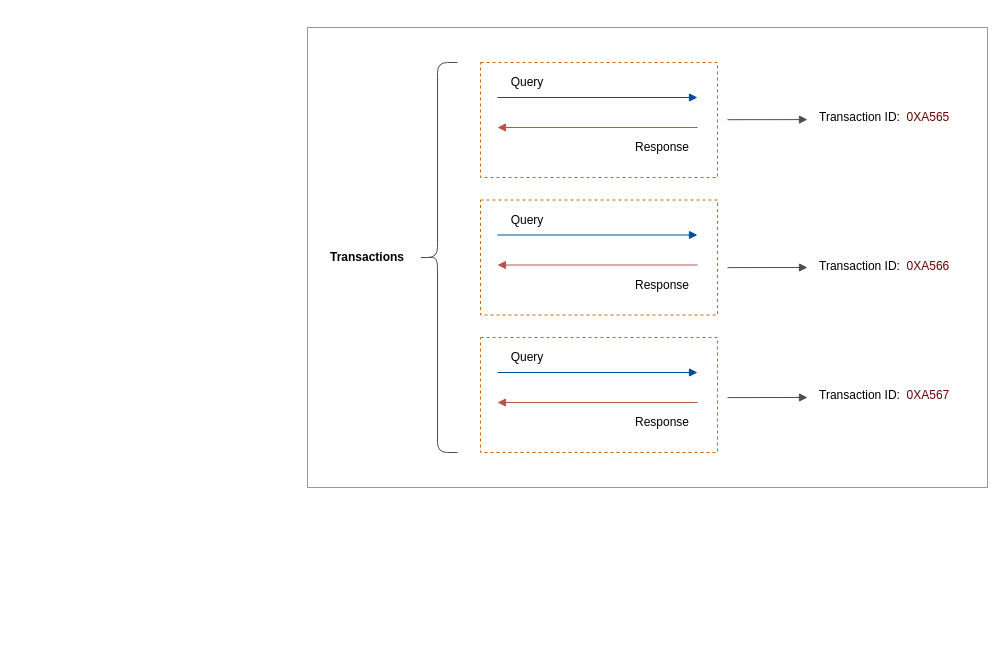
This is page "basics-dns-analysis" (19 of 19) of assets/drawio/all-things-network.drawio from joseeden/joeden, a draw.io file, before an edit. Source tidied: cells renumbered, new cells numbered last; positions are measured from the earlier drawing's top-left corner, leaving out a move shared by most shapes. Both pictures are drawn from the tidied source at 100%, with x=0, y=0 at pixel (307, 27).
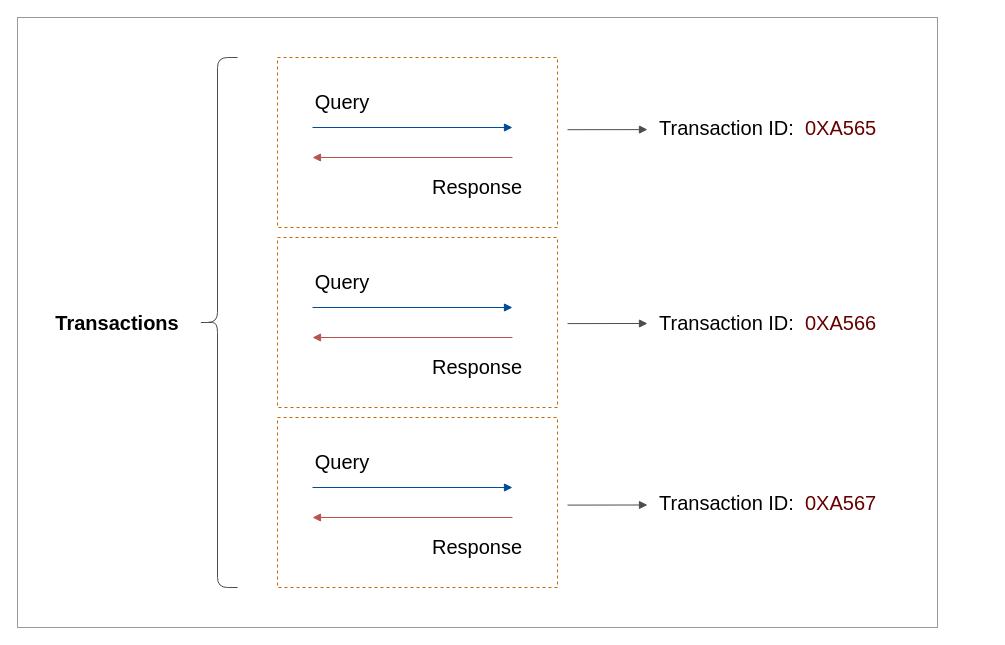
Above is the later version.

The edit, as a diff of the source:
```diff
@@
-    <mxCell id="2" style="rounded=0;whiteSpace=wrap;html=1;strokeColor=#999999;" parent="1" vertex="1">
-      <mxGeometry width="680" height="460" as="geometry" />
+    <mxCell id="2" style="rounded=0;whiteSpace=wrap;html=1;strokeColor=#999999;fontSize=20;" parent="1" vertex="1">
+      <mxGeometry x="-290" y="-10" width="920" height="610" as="geometry" />
     </mxCell>
-    <mxCell id="3" style="rounded=0;whiteSpace=wrap;html=1;fillColor=none;strokeColor=#CC6600;dashed=1;" parent="1" vertex="1">
-      <mxGeometry x="173" y="35" width="237" height="115" as="geometry" />
+    <mxCell id="3" style="rounded=0;whiteSpace=wrap;html=1;fillColor=none;strokeColor=#CC6600;dashed=1;fontSize=20;" parent="1" vertex="1">
+      <mxGeometry x="-30" y="30" width="280" height="170" as="geometry" />
     </mxCell>
-    <mxCell id="4" style="endArrow=block;html=1;rounded=0;endFill=1;fillColor=#dae8fc;strokeColor=#004C99;" parent="1" edge="1">
+    <mxCell id="4" style="endArrow=block;html=1;rounded=0;endFill=1;fillColor=#dae8fc;strokeColor=#004C99;fontSize=20;" parent="1" edge="1">
       <mxGeometry relative="1" as="geometry">
-        <mxPoint x="190" y="70" as="sourcePoint" />
-        <mxPoint x="390" y="70" as="targetPoint" />
+        <mxPoint x="5" y="100" as="sourcePoint" />
+        <mxPoint x="205" y="100" as="targetPoint" />
       </mxGeometry>
     </mxCell>
-    <mxCell id="5" style="endArrow=block;html=1;rounded=0;endFill=1;fillColor=#f8cecc;strokeColor=#b85450;" parent="1" edge="1">
+    <mxCell id="5" style="endArrow=block;html=1;rounded=0;endFill=1;fillColor=#f8cecc;strokeColor=#b85450;fontSize=20;" parent="1" edge="1">
       <mxGeometry relative="1" as="geometry">
-        <mxPoint x="390" y="100" as="sourcePoint" />
-        <mxPoint x="190" y="100" as="targetPoint" />
+        <mxPoint x="205" y="130" as="sourcePoint" />
+        <mxPoint x="5" y="130" as="targetPoint" />
       </mxGeometry>
     </mxCell>
-    <mxCell id="6" value="Query" style="rounded=0;whiteSpace=wrap;html=1;strokeColor=none;fillColor=none;" parent="1" vertex="1">
-      <mxGeometry x="190" y="40" width="60" height="30" as="geometry" />
+    <mxCell id="6" value="Query" style="rounded=0;whiteSpace=wrap;html=1;strokeColor=none;fillColor=none;fontSize=20;" parent="1" vertex="1">
+      <mxGeometry x="5" y="59" width="60" height="30" as="geometry" />
     </mxCell>
-    <mxCell id="7" value="Response" style="rounded=0;whiteSpace=wrap;html=1;strokeColor=none;fillColor=none;" parent="1" vertex="1">
-      <mxGeometry x="320" y="105" width="70" height="30" as="geometry" />
+    <mxCell id="7" value="Response" style="rounded=0;whiteSpace=wrap;html=1;strokeColor=none;fillColor=none;fontSize=20;" parent="1" vertex="1">
+      <mxGeometry x="135" y="144" width="70" height="30" as="geometry" />
     </mxCell>
-    <mxCell id="8" style="rounded=0;whiteSpace=wrap;html=1;fillColor=none;strokeColor=#CC6600;dashed=1;" parent="1" vertex="1">
-      <mxGeometry x="173" y="172.5" width="237" height="115" as="geometry" />
-    </mxCell>
-    <mxCell id="9" style="endArrow=block;html=1;rounded=0;endFill=1;fillColor=#dae8fc;strokeColor=#004C99;" parent="1" edge="1">
-      <mxGeometry relative="1" as="geometry">
-        <mxPoint x="190" y="207.5" as="sourcePoint" />
-        <mxPoint x="390" y="207.5" as="targetPoint" />
-      </mxGeometry>
-    </mxCell>
-    <mxCell id="10" style="endArrow=block;html=1;rounded=0;endFill=1;fillColor=#f8cecc;strokeColor=#b85450;" parent="1" edge="1">
-      <mxGeometry relative="1" as="geometry">
-        <mxPoint x="390" y="237.5" as="sourcePoint" />
-        <mxPoint x="190" y="237.5" as="targetPoint" />
-      </mxGeometry>
-    </mxCell>
-    <mxCell id="11" value="Query" style="rounded=0;whiteSpace=wrap;html=1;strokeColor=none;fillColor=none;" parent="1" vertex="1">
-      <mxGeometry x="190" y="177.5" width="60" height="30" as="geometry" />
-    </mxCell>
-    <mxCell id="12" value="Response" style="rounded=0;whiteSpace=wrap;html=1;strokeColor=none;fillColor=none;" parent="1" vertex="1">
-      <mxGeometry x="320" y="242.5" width="70" height="30" as="geometry" />
-    </mxCell>
-    <mxCell id="13" style="rounded=0;whiteSpace=wrap;html=1;fillColor=none;strokeColor=#CC6600;dashed=1;" parent="1" vertex="1">
-      <mxGeometry x="173" y="310" width="237" height="115" as="geometry" />
-    </mxCell>
-    <mxCell id="14" style="endArrow=block;html=1;rounded=0;endFill=1;fillColor=#dae8fc;strokeColor=#004C99;" parent="1" edge="1">
-      <mxGeometry relative="1" as="geometry">
-        <mxPoint x="190" y="345" as="sourcePoint" />
-        <mxPoint x="390" y="345" as="targetPoint" />
-      </mxGeometry>
-    </mxCell>
-    <mxCell id="15" style="endArrow=block;html=1;rounded=0;endFill=1;fillColor=#f8cecc;strokeColor=#b85450;" parent="1" edge="1">
-      <mxGeometry relative="1" as="geometry">
-        <mxPoint x="390" y="375" as="sourcePoint" />
-        <mxPoint x="190" y="375" as="targetPoint" />
-      </mxGeometry>
-    </mxCell>
-    <mxCell id="16" value="Query" style="rounded=0;whiteSpace=wrap;html=1;strokeColor=none;fillColor=none;" parent="1" vertex="1">
-      <mxGeometry x="190" y="315" width="60" height="30" as="geometry" />
-    </mxCell>
-    <mxCell id="17" value="Response" style="rounded=0;whiteSpace=wrap;html=1;strokeColor=none;fillColor=none;" parent="1" vertex="1">
-      <mxGeometry x="320" y="380" width="70" height="30" as="geometry" />
-    </mxCell>
-    <mxCell id="18" style="shape=curlyBracket;whiteSpace=wrap;html=1;rounded=1;labelPosition=left;verticalLabelPosition=middle;align=right;verticalAlign=middle;strokeColor=#4D4D4D;" parent="1" vertex="1">
-      <mxGeometry x="110" y="35" width="40" height="390" as="geometry" />
+    <mxCell id="18" style="shape=curlyBracket;whiteSpace=wrap;html=1;rounded=1;labelPosition=left;verticalLabelPosition=middle;align=right;verticalAlign=middle;strokeColor=#4D4D4D;fontSize=20;" parent="1" vertex="1">
+      <mxGeometry x="-110" y="30" width="40" height="530" as="geometry" />
     </mxCell>
-    <mxCell id="19" value="&lt;b&gt;Transactions&lt;/b&gt;" style="rounded=0;whiteSpace=wrap;html=1;strokeColor=none;fillColor=none;" parent="1" vertex="1">
-      <mxGeometry x="20" y="215" width="80" height="30" as="geometry" />
+    <mxCell id="19" value="&lt;b&gt;Transactions&lt;/b&gt;" style="rounded=0;whiteSpace=wrap;html=1;strokeColor=none;fillColor=none;fontSize=20;" parent="1" vertex="1">
+      <mxGeometry x="-230" y="280" width="80" height="30" as="geometry" />
     </mxCell>
-    <mxCell id="20" style="endArrow=block;html=1;rounded=0;endFill=1;fillColor=#dae8fc;strokeColor=#4D4D4D;" parent="1" edge="1">
+    <mxCell id="20" style="endArrow=block;html=1;rounded=0;endFill=1;fillColor=#dae8fc;strokeColor=#4D4D4D;fontSize=20;" parent="1" edge="1">
       <mxGeometry relative="1" as="geometry">
-        <mxPoint x="420" y="92.2" as="sourcePoint" />
-        <mxPoint x="500" y="92.1" as="targetPoint" />
+        <mxPoint x="260" y="102.2" as="sourcePoint" />
+        <mxPoint x="340" y="102.1" as="targetPoint" />
       </mxGeometry>
     </mxCell>
-    <mxCell id="21" style="endArrow=block;html=1;rounded=0;endFill=1;fillColor=#dae8fc;strokeColor=#4D4D4D;" parent="1" edge="1">
+    <mxCell id="21" style="endArrow=block;html=1;rounded=0;endFill=1;fillColor=#dae8fc;strokeColor=#4D4D4D;fontSize=20;" parent="1" edge="1">
       <mxGeometry relative="1" as="geometry">
-        <mxPoint x="420" y="240.1" as="sourcePoint" />
-        <mxPoint x="500" y="240" as="targetPoint" />
+        <mxPoint x="260" y="296.1" as="sourcePoint" />
+        <mxPoint x="340" y="296" as="targetPoint" />
       </mxGeometry>
     </mxCell>
-    <mxCell id="22" style="endArrow=block;html=1;rounded=0;endFill=1;fillColor=#dae8fc;strokeColor=#4D4D4D;" parent="1" edge="1">
+    <mxCell id="22" style="endArrow=block;html=1;rounded=0;endFill=1;fillColor=#dae8fc;strokeColor=#4D4D4D;fontSize=20;" parent="1" edge="1">
       <mxGeometry relative="1" as="geometry">
-        <mxPoint x="420" y="370.1" as="sourcePoint" />
-        <mxPoint x="500" y="370" as="targetPoint" />
+        <mxPoint x="260" y="477.6" as="sourcePoint" />
+        <mxPoint x="340" y="477.5" as="targetPoint" />
       </mxGeometry>
     </mxCell>
-    <mxCell id="23" value="Transaction ID:&amp;nbsp; &lt;font style=&quot;color: rgb(204, 0, 0);&quot;&gt;&lt;font style=&quot;color: rgb(102, 0, 0);&quot;&gt;0XA565&lt;/font&gt;&amp;nbsp;&lt;/font&gt;" style="rounded=0;whiteSpace=wrap;html=1;strokeColor=none;fillColor=none;align=left;" parent="1" vertex="1">
-      <mxGeometry x="510" y="75" width="160" height="30" as="geometry" />
+    <mxCell id="23" value="Transaction ID:&amp;nbsp; &lt;font style=&quot;color: rgb(204, 0, 0);&quot;&gt;&lt;font style=&quot;color: rgb(102, 0, 0);&quot;&gt;0XA565&lt;/font&gt;&amp;nbsp;&lt;/font&gt;" style="rounded=0;whiteSpace=wrap;html=1;strokeColor=none;fillColor=none;align=left;fontSize=20;" parent="1" vertex="1">
+      <mxGeometry x="350" y="85" width="250" height="30" as="geometry" />
     </mxCell>
-    <mxCell id="24" value="Transaction ID:&amp;nbsp; &lt;font style=&quot;color: rgb(204, 0, 0);&quot;&gt;&lt;font style=&quot;color: rgb(102, 0, 0);&quot;&gt;0XA566&lt;/font&gt;&amp;nbsp;&lt;/font&gt;" style="rounded=0;whiteSpace=wrap;html=1;strokeColor=none;fillColor=none;align=left;" parent="1" vertex="1">
-      <mxGeometry x="510" y="224" width="160" height="30" as="geometry" />
+    <mxCell id="24" value="Transaction ID:&amp;nbsp; &lt;font style=&quot;color: rgb(204, 0, 0);&quot;&gt;&lt;font style=&quot;color: rgb(102, 0, 0);&quot;&gt;0XA566&lt;/font&gt;&amp;nbsp;&lt;/font&gt;" style="rounded=0;whiteSpace=wrap;html=1;strokeColor=none;fillColor=none;align=left;fontSize=20;" parent="1" vertex="1">
+      <mxGeometry x="350" y="280" width="260" height="30" as="geometry" />
     </mxCell>
-    <mxCell id="25" value="Transaction ID:&amp;nbsp; &lt;font style=&quot;color: rgb(204, 0, 0);&quot;&gt;&lt;font style=&quot;color: rgb(102, 0, 0);&quot;&gt;0XA567&lt;/font&gt;&amp;nbsp;&lt;/font&gt;" style="rounded=0;whiteSpace=wrap;html=1;strokeColor=none;fillColor=none;align=left;" parent="1" vertex="1">
-      <mxGeometry x="510" y="352.5" width="160" height="30" as="geometry" />
+    <mxCell id="25" value="Transaction ID:&amp;nbsp; &lt;font style=&quot;color: rgb(204, 0, 0);&quot;&gt;&lt;font style=&quot;color: rgb(102, 0, 0);&quot;&gt;0XA567&lt;/font&gt;&amp;nbsp;&lt;/font&gt;" style="rounded=0;whiteSpace=wrap;html=1;strokeColor=none;fillColor=none;align=left;fontSize=20;" parent="1" vertex="1">
+      <mxGeometry x="350" y="460" width="230" height="30" as="geometry" />
     </mxCell>
+    <mxCell id="26" style="rounded=0;whiteSpace=wrap;html=1;fillColor=none;strokeColor=#CC6600;dashed=1;fontSize=20;" parent="1" vertex="1">
+      <mxGeometry x="-30" y="210" width="280" height="170" as="geometry" />
+    </mxCell>
+    <mxCell id="27" style="endArrow=block;html=1;rounded=0;endFill=1;fillColor=#dae8fc;strokeColor=#004C99;fontSize=20;" parent="1" edge="1">
+      <mxGeometry relative="1" as="geometry">
+        <mxPoint x="5" y="280" as="sourcePoint" />
+        <mxPoint x="205" y="280" as="targetPoint" />
+      </mxGeometry>
+    </mxCell>
+    <mxCell id="28" style="endArrow=block;html=1;rounded=0;endFill=1;fillColor=#f8cecc;strokeColor=#b85450;fontSize=20;" parent="1" edge="1">
+      <mxGeometry relative="1" as="geometry">
+        <mxPoint x="205" y="310" as="sourcePoint" />
+        <mxPoint x="5" y="310" as="targetPoint" />
+      </mxGeometry>
+    </mxCell>
+    <mxCell id="29" value="Query" style="rounded=0;whiteSpace=wrap;html=1;strokeColor=none;fillColor=none;fontSize=20;" parent="1" vertex="1">
+      <mxGeometry x="5" y="239" width="60" height="30" as="geometry" />
+    </mxCell>
+    <mxCell id="30" value="Response" style="rounded=0;whiteSpace=wrap;html=1;strokeColor=none;fillColor=none;fontSize=20;" parent="1" vertex="1">
+      <mxGeometry x="135" y="324" width="70" height="30" as="geometry" />
+    </mxCell>
+    <mxCell id="31" style="rounded=0;whiteSpace=wrap;html=1;fillColor=none;strokeColor=#CC6600;dashed=1;fontSize=20;" parent="1" vertex="1">
+      <mxGeometry x="-30" y="390" width="280" height="170" as="geometry" />
+    </mxCell>
+    <mxCell id="32" style="endArrow=block;html=1;rounded=0;endFill=1;fillColor=#dae8fc;strokeColor=#004C99;fontSize=20;" parent="1" edge="1">
+      <mxGeometry relative="1" as="geometry">
+        <mxPoint x="5" y="460" as="sourcePoint" />
+        <mxPoint x="205" y="460" as="targetPoint" />
+      </mxGeometry>
+    </mxCell>
+    <mxCell id="33" style="endArrow=block;html=1;rounded=0;endFill=1;fillColor=#f8cecc;strokeColor=#b85450;fontSize=20;" parent="1" edge="1">
+      <mxGeometry relative="1" as="geometry">
+        <mxPoint x="205" y="490" as="sourcePoint" />
+        <mxPoint x="5" y="490" as="targetPoint" />
+      </mxGeometry>
+    </mxCell>
+    <mxCell id="34" value="Query" style="rounded=0;whiteSpace=wrap;html=1;strokeColor=none;fillColor=none;fontSize=20;" parent="1" vertex="1">
+      <mxGeometry x="5" y="419" width="60" height="30" as="geometry" />
+    </mxCell>
+    <mxCell id="35" value="Response" style="rounded=0;whiteSpace=wrap;html=1;strokeColor=none;fillColor=none;fontSize=20;" parent="1" vertex="1">
+      <mxGeometry x="135" y="504" width="70" height="30" as="geometry" />
+    </mxCell>
```
